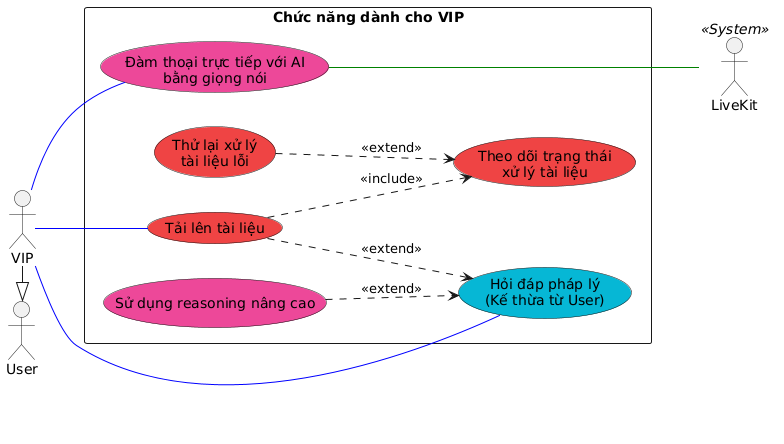
20206205Tech/docs-slide keeps this PlantUML diagram as latex/pictures/UML-UseCase-VIP.png. Above is the earlier version.
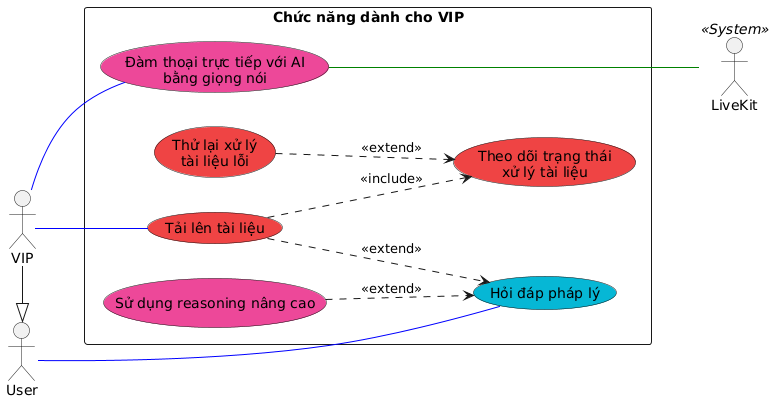
The same file after the commit.

Diff of the diagram source:
```diff
@@ -10,7 +10,7 @@
 VIP -|> User
 
 rectangle "Chức năng dành cho VIP" {
-  usecase "Hỏi đáp pháp lý\n(Kế thừa từ User)" as UC_Chat #06b6d4
+  usecase "Hỏi đáp pháp lý" as UC_Chat #06b6d4
   usecase "Sử dụng reasoning nâng cao" as UC_AdvancedReasoning #ec4899
   usecase "Tải lên tài liệu" as UC_UploadDocument #ef4444
   usecase "Theo dõi trạng thái\nxử lý tài liệu" as UC_DocumentStatus #ef4444
@@ -24,7 +24,7 @@
   UC_RetryDocument ..> UC_DocumentStatus : <<extend>>
 }
 
-VIP -- UC_Chat #blue
+User -- UC_Chat #blue
 VIP -- UC_VoiceChat #blue
 VIP -- UC_UploadDocument #blue
 
```
